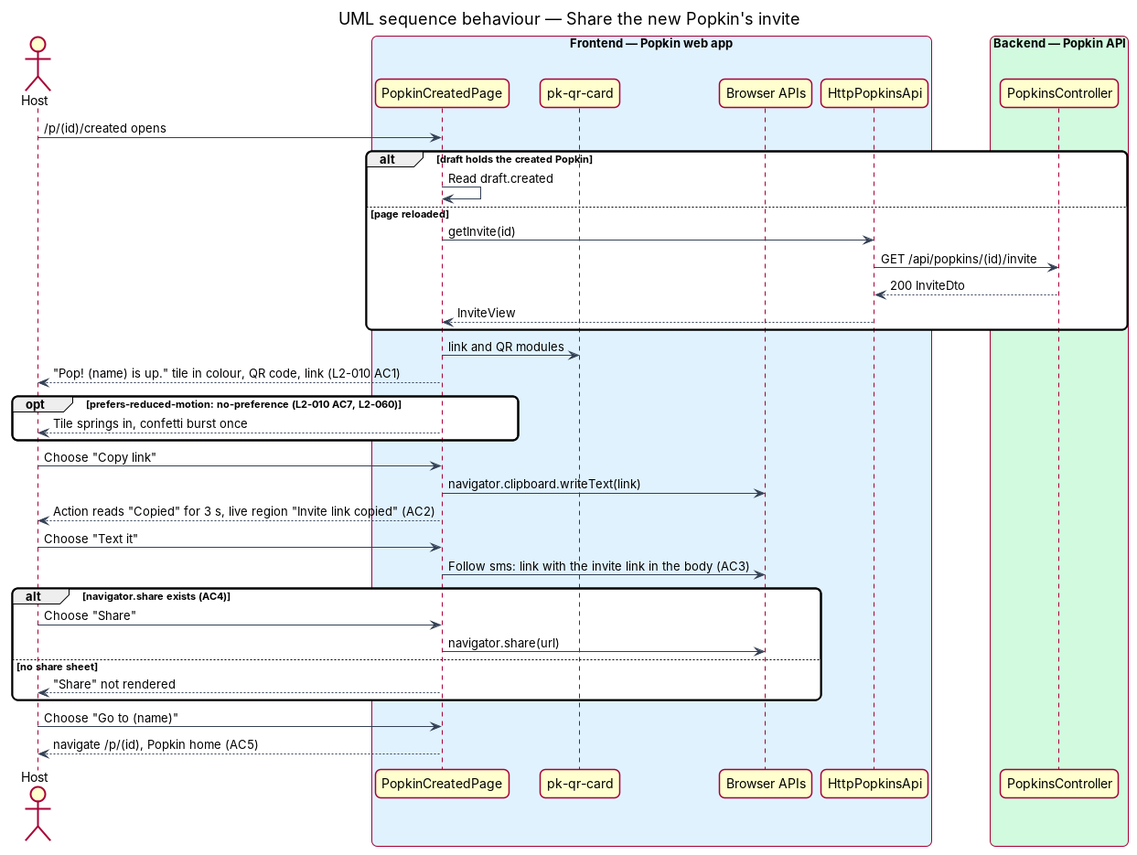
Earlier version of the PlantUML export docs/detailed-designs/popkins/start-popkin/diagrams/sequence-share-invite.png (QuinntyneBrown/popkin). Its source is kept beside it as docs/detailed-designs/popkins/start-popkin/diagrams/sequence-share-invite.puml. Its diagram source:
```plantuml
@startuml
title UML sequence behaviour — Share the new Popkin's invite
skinparam backgroundColor #FFFFFF
skinparam shadowing false
skinparam roundcorner 12
skinparam defaultFontName Arial
skinparam ArrowColor #344054
skinparam rectangle {
  BorderColor #344054
  FontColor #101828
}
skinparam package {
  BorderColor #667085
  FontColor #101828
  BackgroundColor #F9FAFB
}
actor "Host" as actor
box "Frontend — Popkin web app" #E0F2FE
  participant "PopkinCreatedPage" as page
  participant "pk-qr-card" as qr
  participant "Browser APIs" as browser
  participant "HttpPopkinsApi" as client
end box
box "Backend — Popkin API" #D1FADF
  participant "PopkinsController" as ctrl
end box
actor -> page : /p/(id)/created opens
alt draft holds the created Popkin
  page -> page : Read draft.created
else page reloaded
  page -> client : getInvite(id)
  client -> ctrl : GET /api/popkins/(id)/invite
  ctrl --> client : 200 InviteDto
  client --> page : InviteView
end
page -> qr : link and QR modules
page --> actor : "Pop! (name) is up." tile in colour, QR code, link (L2-010 AC1)
opt prefers-reduced-motion: no-preference (L2-010 AC7, L2-060)
  page --> actor : Tile springs in, confetti burst once
end
actor -> page : Choose "Copy link"
page -> browser : navigator.clipboard.writeText(link)
page --> actor : Action reads "Copied" for 3 s, live region "Invite link copied" (AC2)
actor -> page : Choose "Text it"
page -> browser : Follow sms: link with the invite link in the body (AC3)
alt navigator.share exists (AC4)
  actor -> page : Choose "Share"
  page -> browser : navigator.share(url)
else no share sheet
  page --> actor : "Share" not rendered
end
actor -> page : Choose "Go to (name)"
page --> actor : navigate /p/(id), Popkin home (AC5)
@enduml
```
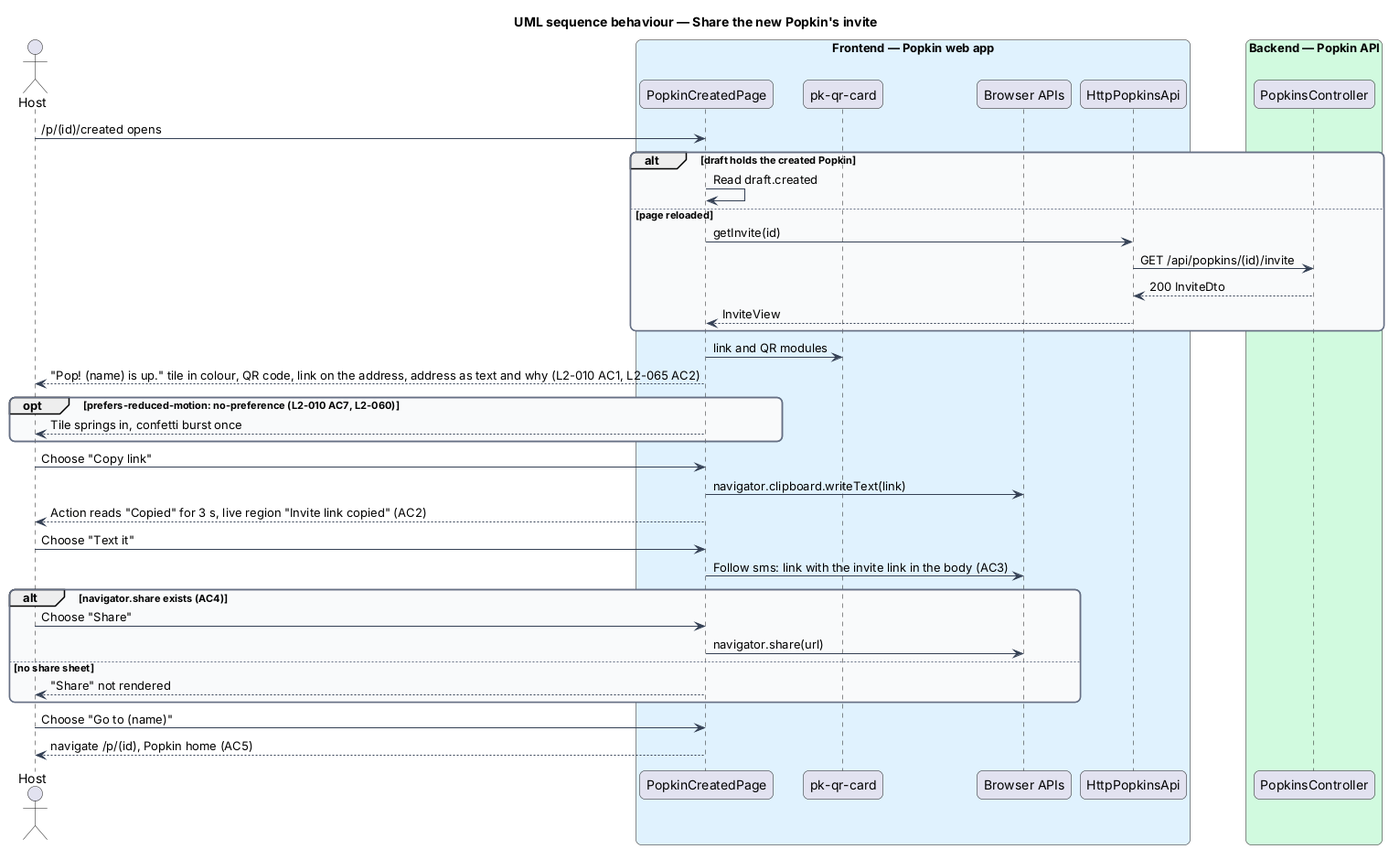
Later version of the same file.

Diff of the diagram source:
```diff
@@ -34,7 +34,7 @@
   client --> page : InviteView
 end
 page -> qr : link and QR modules
-page --> actor : "Pop! (name) is up." tile in colour, QR code, link (L2-010 AC1)
+page --> actor : "Pop! (name) is up." tile in colour, QR code, link on the address, address as text and why (L2-010 AC1, L2-065 AC2)
 opt prefers-reduced-motion: no-preference (L2-010 AC7, L2-060)
   page --> actor : Tile springs in, confetti burst once
 end
```
